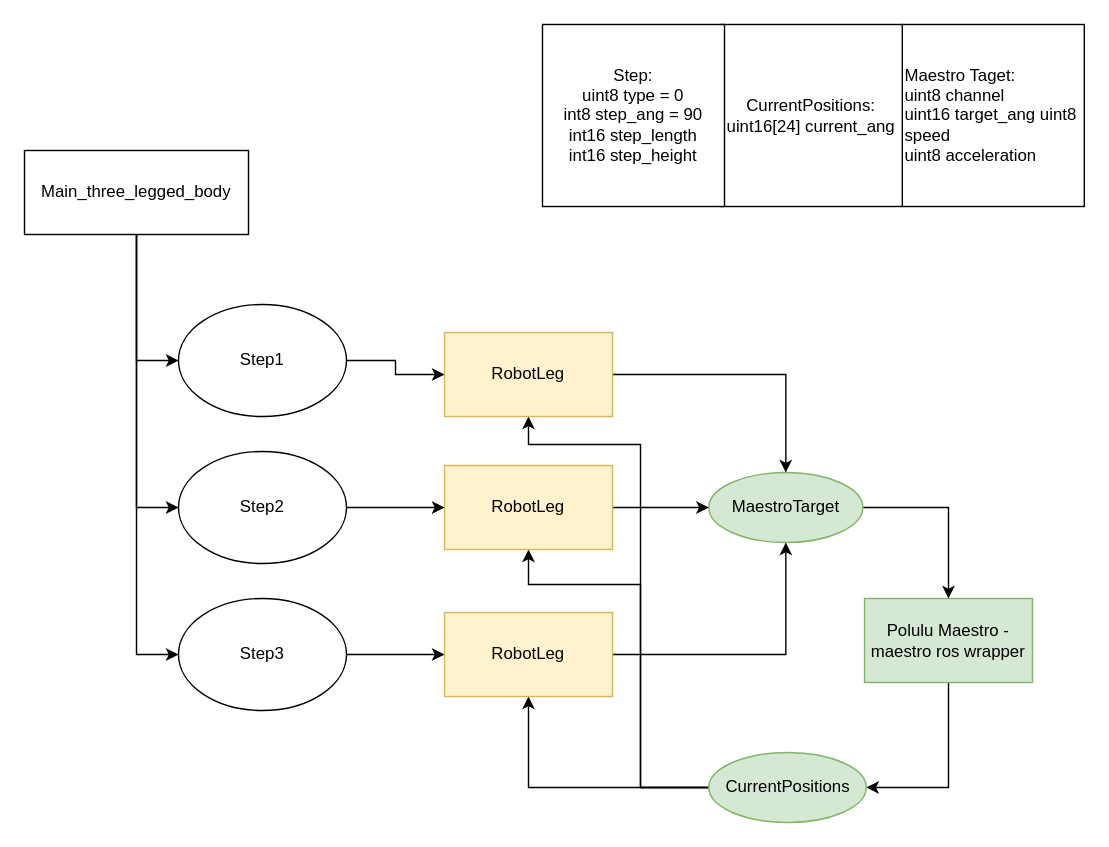
The draw.io diagram app_ros_graph.drawio in eSqadron/Zebulon05, before the edit. Source tidied: cells renumbered, new cells numbered last; positions are measured from the earlier drawing's top-left corner, leaving out a move shared by most shapes. Both pictures are drawn from the tidied source at 140%, with x=0, y=0 at pixel (24, 24).
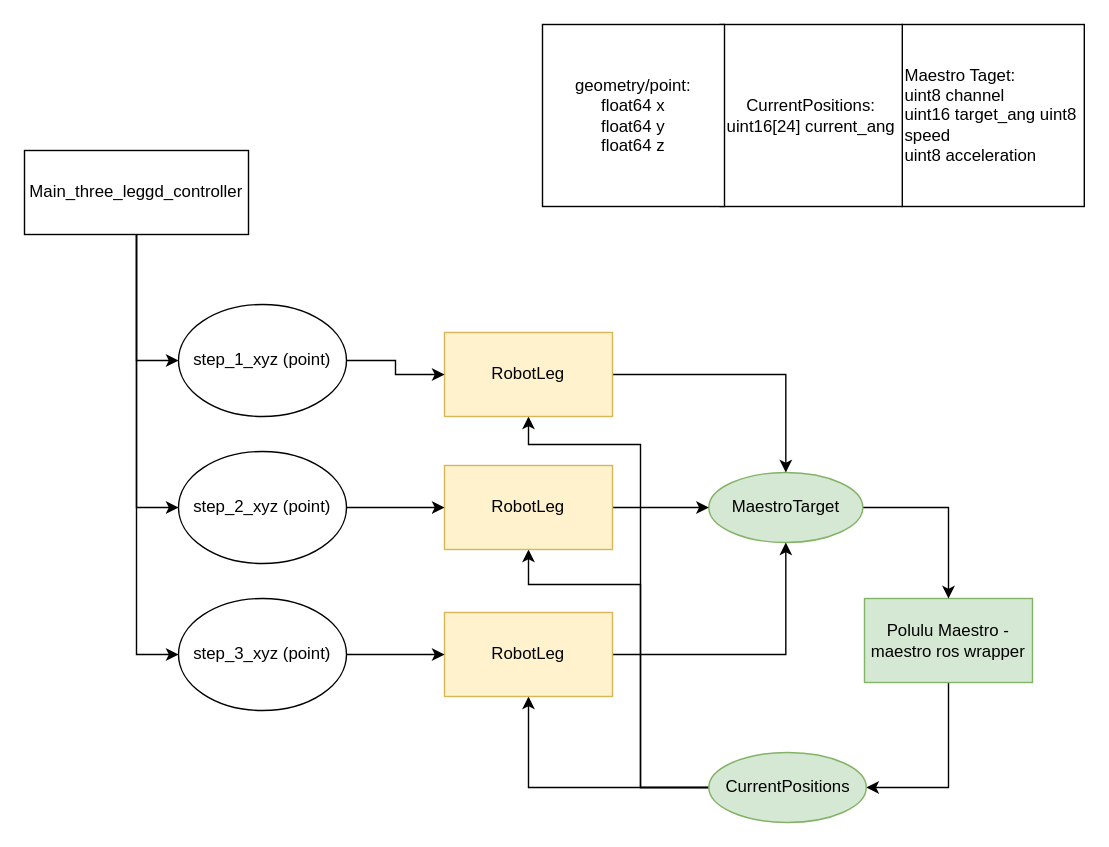
The same page after the edit.

What changed in the source:
```diff
@@
-    <mxCell id="15" value="Step1" style="ellipse;whiteSpace=wrap;html=1;" parent="1" vertex="1">
+    <mxCell id="15" value="step_1_xyz (point)" style="ellipse;whiteSpace=wrap;html=1;" parent="1" vertex="1">
       <mxGeometry x="110" y="200" width="120" height="80" as="geometry" />
     </mxCell>
@@
-    <mxCell id="19" value="Step2" style="ellipse;whiteSpace=wrap;html=1;" parent="1" vertex="1">
+    <mxCell id="19" value="step_2_xyz&amp;nbsp;(point)" style="ellipse;whiteSpace=wrap;html=1;" parent="1" vertex="1">
       <mxGeometry x="110" y="305" width="120" height="80" as="geometry" />
     </mxCell>
@@
-    <mxCell id="23" value="Step3" style="ellipse;whiteSpace=wrap;html=1;" parent="1" vertex="1">
+    <mxCell id="23" value="step_3_xyz&amp;nbsp;(point)" style="ellipse;whiteSpace=wrap;html=1;" parent="1" vertex="1">
       <mxGeometry x="110" y="410" width="120" height="80" as="geometry" />
     </mxCell>
@@
-    <mxCell id="27" value="Main_three_legged_body" style="rounded=0;whiteSpace=wrap;html=1;" parent="1" vertex="1">
+    <mxCell id="27" value="Main_three_leggd_controller" style="rounded=0;whiteSpace=wrap;html=1;" parent="1" vertex="1">
       <mxGeometry y="90" width="160" height="60" as="geometry" />
     </mxCell>
-    <mxCell id="28" value="Step:&lt;br&gt;uint8 type = 0&lt;br&gt;int8 step_ang = 90&lt;br&gt;int16 step_length&lt;br&gt;int16 step_height" style="whiteSpace=wrap;html=1;" parent="1" vertex="1">
+    <mxCell id="28" value="geometry/point:&lt;br&gt;float64 x&lt;br&gt;float64 y&lt;br&gt;float64 z" style="whiteSpace=wrap;html=1;" parent="1" vertex="1">
       <mxGeometry x="370" width="130" height="130" as="geometry" />
     </mxCell>
```
